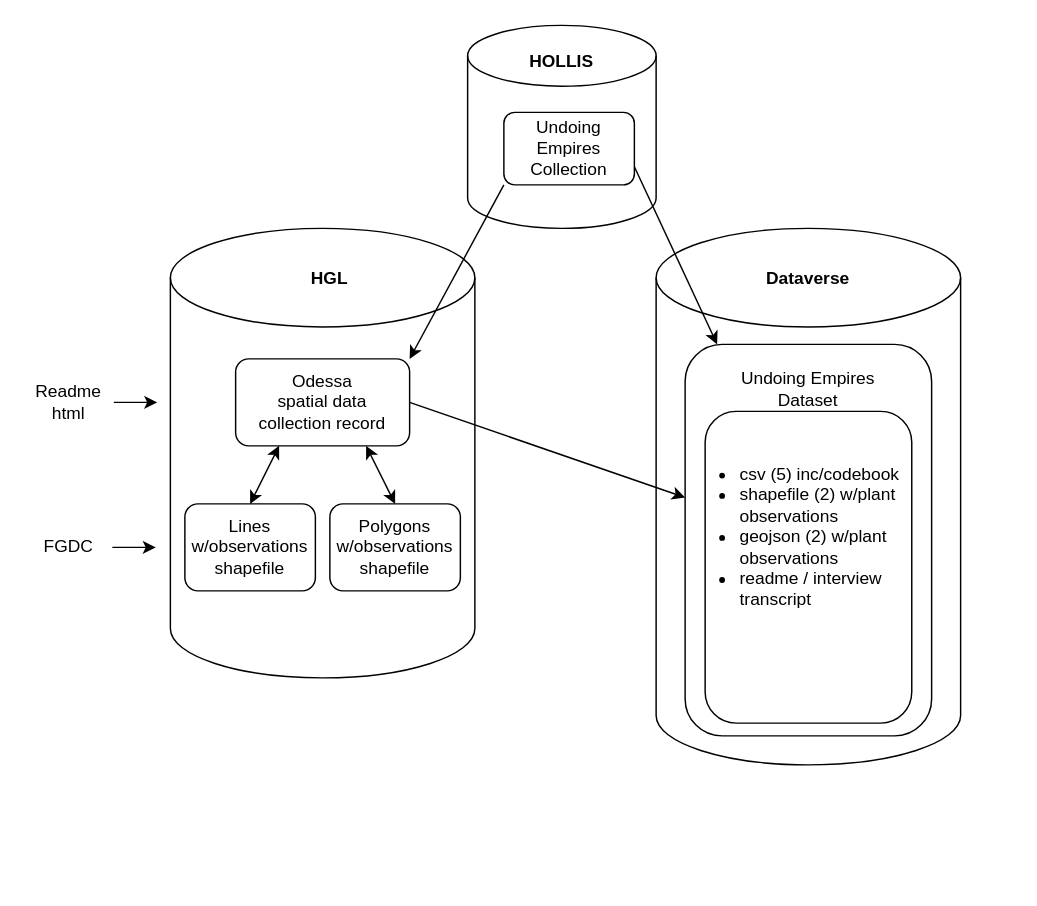
Above: AOK_data.drawio in mmcgee/AOK-2023 (draw.io), before the change. Source tidied: cells renumbered, new cells numbered last; positions are measured from the earlier drawing's top-left corner, leaving out a move shared by most shapes. Both pictures are drawn from the tidied source at 145%, with x=0, y=0 at pixel (25, 25).
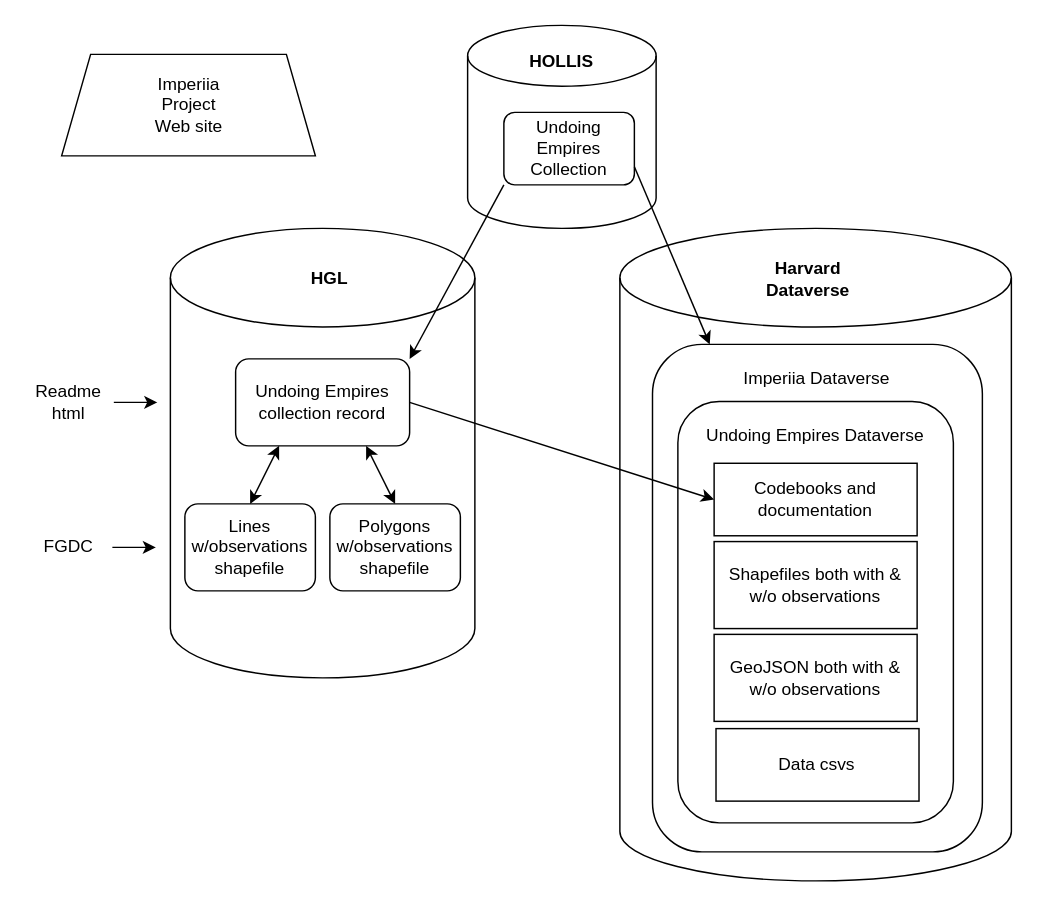
After the change.

Unchanged cells that the change refers to:
```xml
<mxCell id="6" style="rounded=1;whiteSpace=wrap;html=1;" parent="1" vertex="1">
  <mxGeometry x="145" y="230" width="120" height="60" as="geometry" />
</mxCell>
```

What changed in the source:
```diff
@@
     <mxCell id="3" style="shape=cylinder3;whiteSpace=wrap;html=1;boundedLbl=1;backgroundOutline=1;size=34;" parent="1" vertex="1">
-      <mxGeometry x="435" y="140" width="210" height="370" as="geometry" />
+      <mxGeometry x="410" y="140" width="270" height="450" as="geometry" />
     </mxCell>
@@
-    <mxCell id="5" value="&lt;b&gt;Dataverse&lt;/b&gt;" style="text;strokeColor=none;align=center;fillColor=none;html=1;verticalAlign=middle;whiteSpace=wrap;rounded=0;" parent="1" vertex="1">
+    <mxCell id="5" value="&lt;b&gt;Harvard&lt;br&gt;Dataverse&lt;/b&gt;" style="text;strokeColor=none;align=center;fillColor=none;html=1;verticalAlign=middle;whiteSpace=wrap;rounded=0;" parent="1" vertex="1">
       <mxGeometry x="510" y="160" width="60" height="30" as="geometry" />
     </mxCell>
@@
-    <mxCell id="11" style="endArrow=classic;html=1;rounded=0;exitX=1;exitY=0.5;exitDx=0;exitDy=0;" parent="1" edge="1" source="6" target="15">
-      <mxGeometry relative="1" as="geometry" />
-    </mxCell>
-    <mxCell id="12" value="Odessa &lt;br&gt;spatial data &lt;br&gt;collection record" style="text;html=1;strokeColor=none;fillColor=none;align=center;verticalAlign=middle;whiteSpace=wrap;rounded=0;" parent="1" vertex="1">
+    <mxCell id="12" value="Undoing Empires&lt;br&gt;collection record" style="text;html=1;strokeColor=none;fillColor=none;align=center;verticalAlign=middle;whiteSpace=wrap;rounded=0;" parent="1" vertex="1">
       <mxGeometry x="156.2" y="236.2" width="97.5" height="47.5" as="geometry" />
     </mxCell>
@@
     <mxCell id="15" style="rounded=1;whiteSpace=wrap;html=1;" parent="1" vertex="1">
-      <mxGeometry x="455" y="220" width="170" height="270" as="geometry" />
+      <mxGeometry x="432.5" y="220" width="227.5" height="350" as="geometry" />
     </mxCell>
-    <mxCell id="16" value="Undoing Empires Dataset" style="text;html=1;strokeColor=none;fillColor=none;align=center;verticalAlign=middle;whiteSpace=wrap;rounded=0;" parent="1" vertex="1">
-      <mxGeometry x="490" y="236.2" width="100" height="30" as="geometry" />
-    </mxCell>
-    <mxCell id="17" style="rounded=1;whiteSpace=wrap;html=1;" parent="1" vertex="1">
-      <mxGeometry x="468.8" y="266.2" width="142.5" height="215" as="geometry" />
-    </mxCell>
-    <mxCell id="18" value="&lt;ul&gt;&lt;li&gt;csv (5) inc/codebook&lt;/li&gt;&lt;li&gt;shapefile (2) w/plant observations&lt;/li&gt;&lt;li&gt;geojson (2) w/plant observations&lt;/li&gt;&lt;li&gt;readme / interview transcript&lt;/li&gt;&lt;/ul&gt;" style="text;html=1;strokeColor=none;fillColor=none;align=left;verticalAlign=top;whiteSpace=wrap;rounded=0;" parent="1" vertex="1">
-      <mxGeometry x="451.2" y="283.8" width="160" height="163.8" as="geometry" />
-    </mxCell>
@@
+    <mxCell id="17" style="rounded=1;whiteSpace=wrap;html=1;" parent="1" vertex="1">
+      <mxGeometry x="450" y="259.4" width="190" height="290.6" as="geometry" />
+    </mxCell>
+    <mxCell id="16" value="Undoing Empires Dataverse" style="text;html=1;strokeColor=none;fillColor=none;align=center;verticalAlign=middle;whiteSpace=wrap;rounded=0;" parent="1" vertex="1">
+      <mxGeometry x="460" y="267.5" width="170" height="30" as="geometry" />
+    </mxCell>
+    <mxCell id="29" value="Imperiia Dataverse" style="text;html=1;strokeColor=none;fillColor=none;align=center;verticalAlign=middle;whiteSpace=wrap;rounded=0;" parent="1" vertex="1">
+      <mxGeometry x="486.3" y="229.4" width="120" height="30" as="geometry" />
+    </mxCell>
+    <mxCell id="30" style="shape=trapezoid;perimeter=trapezoidPerimeter;whiteSpace=wrap;html=1;fixedSize=1;" parent="1" vertex="1">
+      <mxGeometry x="25" y="20" width="175" height="70" as="geometry" />
+    </mxCell>
+    <mxCell id="31" value="Imperiia Project Web site" style="text;html=1;strokeColor=none;fillColor=none;align=center;verticalAlign=middle;whiteSpace=wrap;rounded=0;" parent="1" vertex="1">
+      <mxGeometry x="82.5" y="40" width="60" height="30" as="geometry" />
+    </mxCell>
+    <mxCell id="32" value="Codebooks and documentation" style="rounded=0;whiteSpace=wrap;html=1;" parent="1" vertex="1">
+      <mxGeometry x="475" y="302" width="140" height="50" as="geometry" />
+    </mxCell>
+    <mxCell id="33" value="Shapefiles both with &amp;amp; w/o observations" style="rounded=0;whiteSpace=wrap;html=1;" parent="1" vertex="1">
+      <mxGeometry x="475" y="356" width="140" height="60" as="geometry" />
+    </mxCell>
+    <mxCell id="34" value="GeoJSON both with &amp;amp; w/o observations" style="rounded=0;whiteSpace=wrap;html=1;" parent="1" vertex="1">
+      <mxGeometry x="475" y="420" width="140" height="60" as="geometry" />
+    </mxCell>
+    <mxCell id="35" value="Data csvs" style="rounded=0;whiteSpace=wrap;html=1;" parent="1" vertex="1">
+      <mxGeometry x="476.3" y="485" width="140" height="50" as="geometry" />
+    </mxCell>
+    <mxCell id="11" style="endArrow=classic;html=1;rounded=0;exitX=1;exitY=0.5;exitDx=0;exitDy=0;entryX=0;entryY=0.5;entryDx=0;entryDy=0;" parent="1" edge="1" source="6" target="32">
+      <mxGeometry relative="1" as="geometry" />
+    </mxCell>
```
